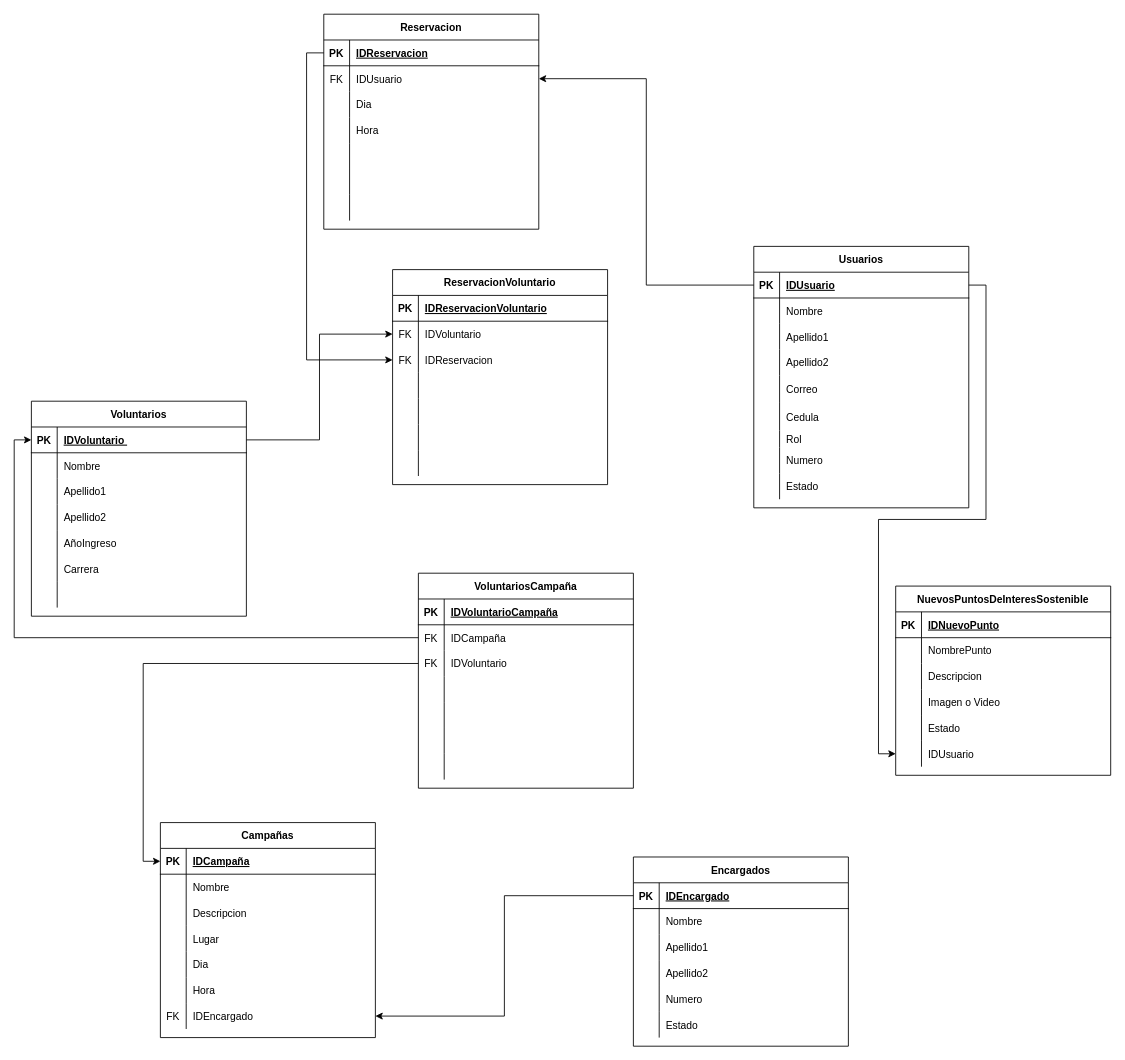
Before: Diagrama sin título.drawio in NotJarethGG/CosasVarias, a draw.io diagram. Source tidied: cells renumbered, new cells numbered last; positions are measured from the earlier drawing's top-left corner, leaving out a move shared by most shapes. Both pictures are drawn from the tidied source at 86%, with x=0, y=0 at pixel (31, 14).
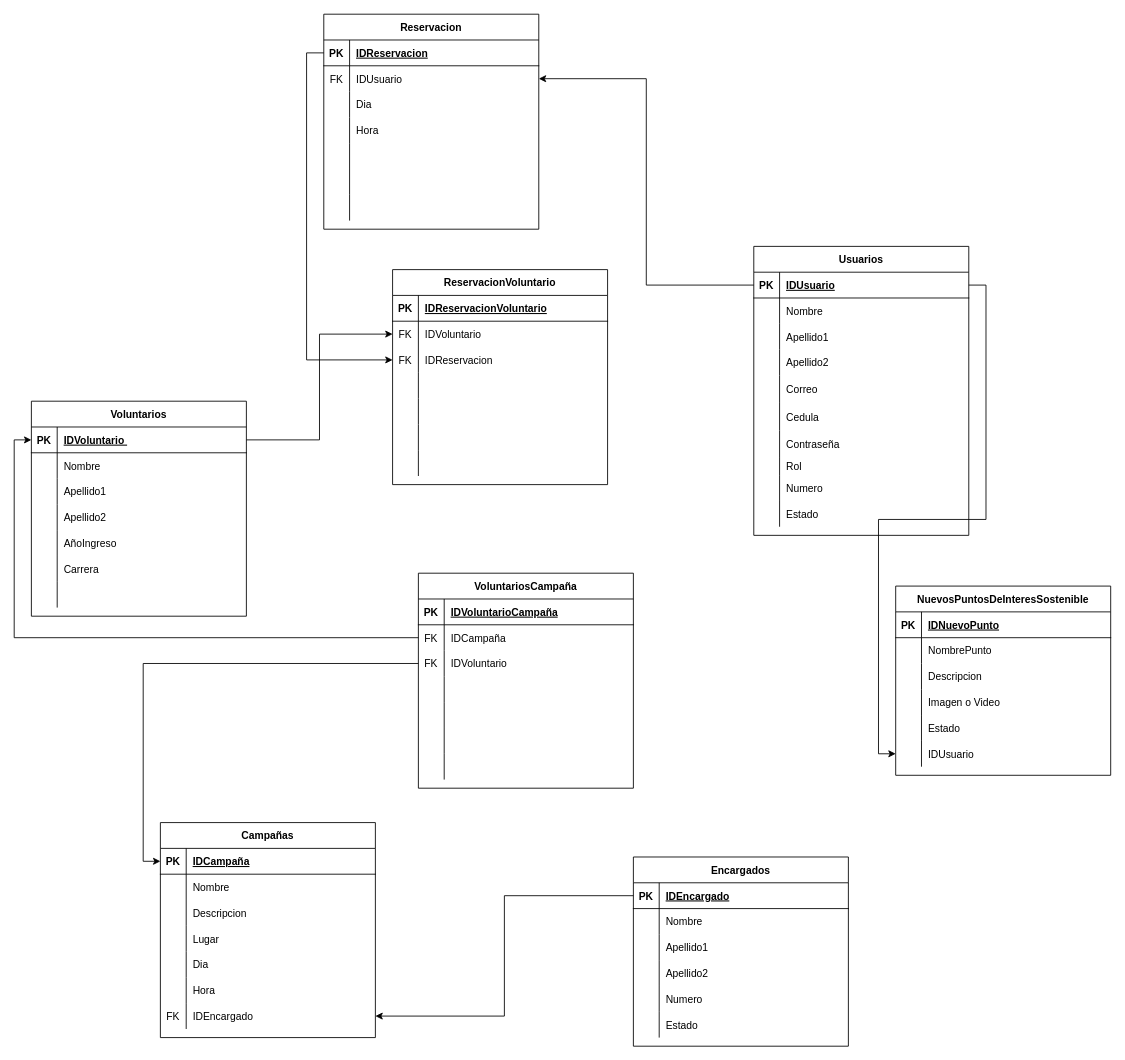
The same page after the edit.

Change to the diagram source:
```diff
@@
     <mxCell id="2" value="Usuarios" style="shape=table;startSize=30;childLayout=tableLayout;rowLines=0;fontStyle=1;align=center;" parent="1" vertex="1">
-      <mxGeometry x="840" y="270" width="250" height="304" as="geometry" />
+      <mxGeometry x="840" y="270" width="250" height="336" as="geometry" />
     </mxCell>
@@
+    <mxCell id="185" style="shape=partialRectangle;fillColor=none;top=0;left=0;right=0;bottom=0;" parent="2" vertex="1">
+      <mxGeometry y="214" width="250" height="32" as="geometry" />
+    </mxCell>
+    <mxCell id="186" style="shape=partialRectangle;overflow=hidden;fillColor=none;top=0;left=0;bottom=0;right=0;" parent="185" vertex="1">
+      <mxGeometry width="30" height="32" as="geometry" />
+    </mxCell>
+    <mxCell id="187" value="Contraseña" style="shape=partialRectangle;overflow=hidden;fillColor=none;top=0;left=0;bottom=0;right=0;align=left;spacingLeft=6;" parent="185" vertex="1">
+      <mxGeometry x="30" width="220" height="32" as="geometry" />
+    </mxCell>
     <mxCell id="21" style="shape=partialRectangle;fillColor=none;top=0;left=0;right=0;bottom=0;" parent="2" vertex="1">
-      <mxGeometry y="214" width="250" height="20" as="geometry" />
+      <mxGeometry y="246" width="250" height="20" as="geometry" />
     </mxCell>
@@
     <mxCell id="24" style="shape=partialRectangle;fillColor=none;top=0;left=0;right=0;bottom=0;" parent="2" vertex="1">
-      <mxGeometry y="234" width="250" height="30" as="geometry" />
+      <mxGeometry y="266" width="250" height="30" as="geometry" />
     </mxCell>
@@
     <mxCell id="27" style="shape=partialRectangle;fillColor=none;top=0;left=0;right=0;bottom=0;" parent="2" vertex="1">
-      <mxGeometry y="264" width="250" height="30" as="geometry" />
+      <mxGeometry y="296" width="250" height="30" as="geometry" />
     </mxCell>
```
